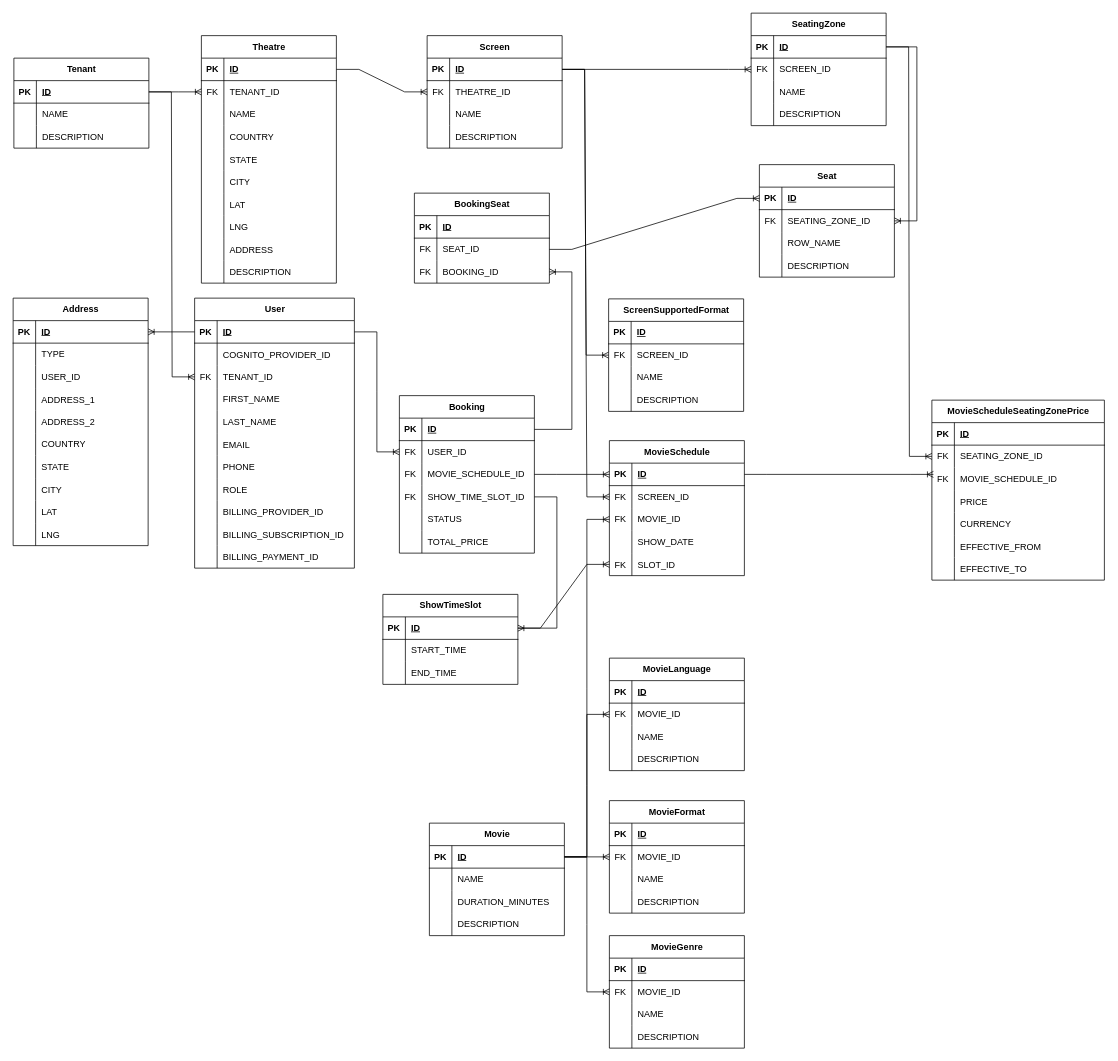
itzmedinesh/drawings keeps this draw.io diagram as Untitled Diagram.drawio. Above is the earlier version. Source tidied: cells renumbered, new cells numbered last; positions are measured from the earlier drawing's top-left corner, leaving out a move shared by most shapes. Both pictures are drawn from the tidied source at 75%, with x=0, y=0 at pixel (-54, 13).
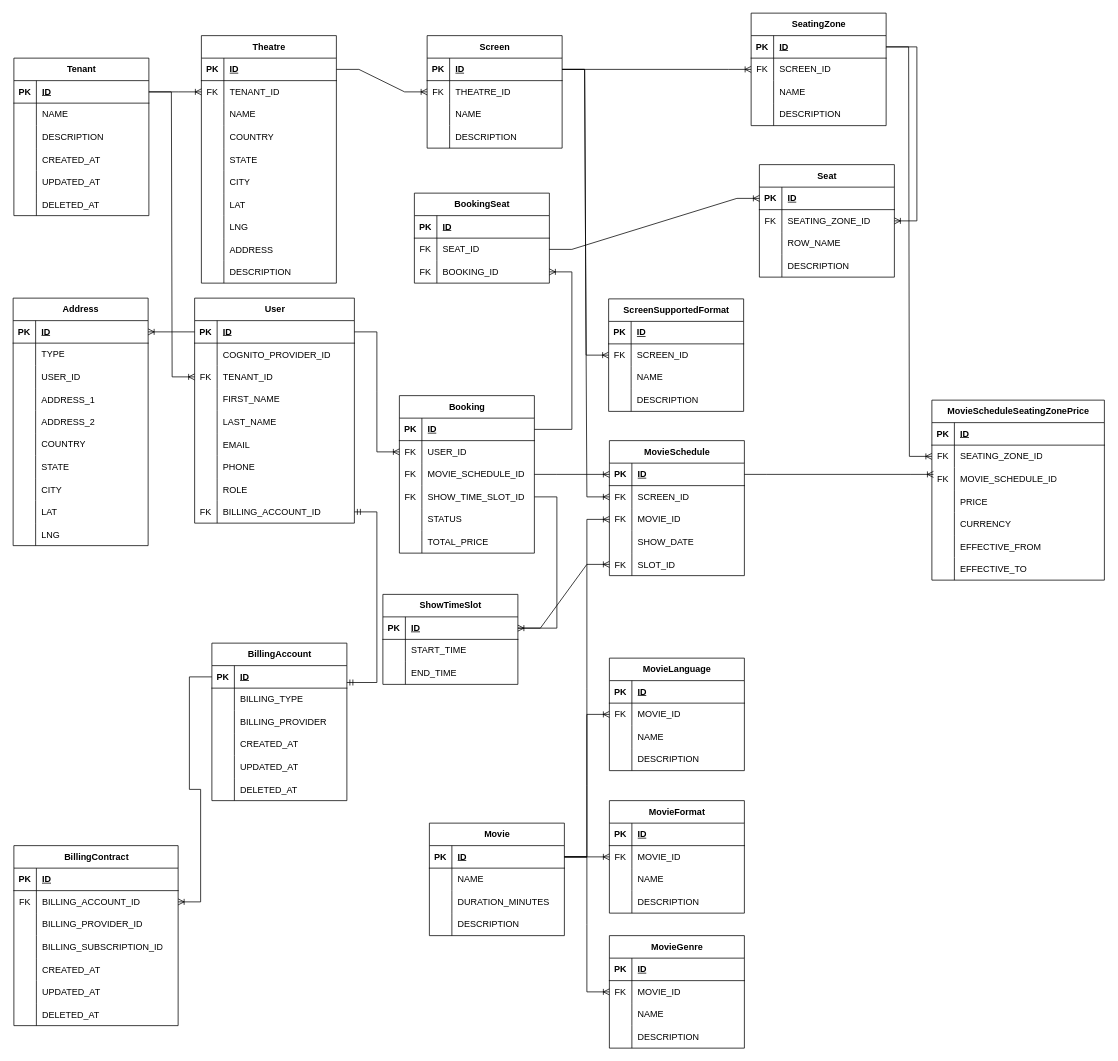
The same diagram, later.

Commit message:
Billing entities updated

The change refers to these unchanged cells:
```xml
<mxCell id="111" style="shape=tableRow;horizontal=0;startSize=0;swimlaneHead=0;swimlaneBody=0;fillColor=none;points=[[0,0.5],[1,0.5]];portConstraint=eastwest;top=0;left=0;right=0;bottom=0;" parent="86" vertex="1">
  <mxGeometry y="270" width="213" height="30" as="geometry" />
</mxCell>
```

What changed in the source:
```diff
@@
     <mxCell id="2" value="Tenant" style="shape=table;startSize=30;childLayout=tableLayout;rowLines=0;fontStyle=1;align=center;html=1;" parent="1" vertex="1">
-      <mxGeometry x="90" y="60" width="180" height="120" as="geometry" />
+      <mxGeometry x="90" y="60" width="180" height="210" as="geometry" />
     </mxCell>
@@
+    <mxCell id="309" style="shape=tableRow;horizontal=0;startSize=0;swimlaneHead=0;swimlaneBody=0;fillColor=none;top=0;left=0;right=0;bottom=0;" parent="2" vertex="1">
+      <mxGeometry y="120" width="180" height="30" as="geometry" />
+    </mxCell>
+    <mxCell id="310" style="shape=partialRectangle;fillColor=none;top=0;left=0;bottom=0;right=0;overflow=hidden;" parent="309" vertex="1">
+      <mxGeometry width="30" height="30" as="geometry" />
+    </mxCell>
+    <mxCell id="311" value="CREATED_AT" style="shape=partialRectangle;fillColor=none;top=0;left=0;bottom=0;right=0;align=left;spacingLeft=6;overflow=hidden;" parent="309" vertex="1">
+      <mxGeometry x="30" width="150" height="30" as="geometry" />
+    </mxCell>
+    <mxCell id="312" style="shape=tableRow;horizontal=0;startSize=0;swimlaneHead=0;swimlaneBody=0;fillColor=none;top=0;left=0;right=0;bottom=0;" parent="2" vertex="1">
+      <mxGeometry y="150" width="180" height="30" as="geometry" />
+    </mxCell>
+    <mxCell id="313" style="shape=partialRectangle;fillColor=none;top=0;left=0;bottom=0;right=0;overflow=hidden;" parent="312" vertex="1">
+      <mxGeometry width="30" height="30" as="geometry" />
+    </mxCell>
+    <mxCell id="314" value="UPDATED_AT" style="shape=partialRectangle;fillColor=none;top=0;left=0;bottom=0;right=0;align=left;spacingLeft=6;overflow=hidden;" parent="312" vertex="1">
+      <mxGeometry x="30" width="150" height="30" as="geometry" />
+    </mxCell>
+    <mxCell id="315" style="shape=tableRow;horizontal=0;startSize=0;swimlaneHead=0;swimlaneBody=0;fillColor=none;top=0;left=0;right=0;bottom=0;" parent="2" vertex="1">
+      <mxGeometry y="180" width="180" height="30" as="geometry" />
+    </mxCell>
+    <mxCell id="316" style="shape=partialRectangle;fillColor=none;top=0;left=0;bottom=0;right=0;overflow=hidden;" parent="315" vertex="1">
+      <mxGeometry width="30" height="30" as="geometry" />
+    </mxCell>
+    <mxCell id="317" value="DELETED_AT" style="shape=partialRectangle;fillColor=none;top=0;left=0;bottom=0;right=0;align=left;spacingLeft=6;overflow=hidden;" parent="315" vertex="1">
+      <mxGeometry x="30" width="150" height="30" as="geometry" />
+    </mxCell>
@@
     <mxCell id="86" value="User" style="shape=table;startSize=30;childLayout=tableLayout;rowLines=0;fontStyle=1;align=center;html=1;" parent="1" vertex="1">
-      <mxGeometry x="331" y="380" width="213" height="360" as="geometry" />
+      <mxGeometry x="331" y="380" width="213" height="300" as="geometry" />
     </mxCell>
@@
-    <mxCell id="112" style="shape=partialRectangle;fillColor=none;top=0;left=0;bottom=0;right=0;overflow=hidden;" parent="111" vertex="1">
+    <mxCell id="112" value="FK" style="shape=partialRectangle;fillColor=none;top=0;left=0;bottom=0;right=0;overflow=hidden;" parent="111" vertex="1">
       <mxGeometry width="30" height="30" as="geometry" />
     </mxCell>
-    <mxCell id="113" value="BILLING_PROVIDER_ID" style="shape=partialRectangle;fillColor=none;top=0;left=0;bottom=0;right=0;align=left;spacingLeft=6;overflow=hidden;" parent="111" vertex="1">
+    <mxCell id="113" value="BILLING_ACCOUNT_ID" style="shape=partialRectangle;fillColor=none;top=0;left=0;bottom=0;right=0;align=left;spacingLeft=6;overflow=hidden;" parent="111" vertex="1">
       <mxGeometry x="30" width="183" height="30" as="geometry" />
     </mxCell>
-    <mxCell id="114" style="shape=tableRow;horizontal=0;startSize=0;swimlaneHead=0;swimlaneBody=0;fillColor=none;top=0;left=0;right=0;bottom=0;" parent="86" vertex="1">
-      <mxGeometry y="300" width="213" height="30" as="geometry" />
-    </mxCell>
-    <mxCell id="115" style="shape=partialRectangle;fillColor=none;top=0;left=0;bottom=0;right=0;overflow=hidden;" parent="114" vertex="1">
-      <mxGeometry width="30" height="30" as="geometry" />
-    </mxCell>
-    <mxCell id="116" value="BILLING_SUBSCRIPTION_ID" style="shape=partialRectangle;fillColor=none;top=0;left=0;bottom=0;right=0;align=left;spacingLeft=6;overflow=hidden;" parent="114" vertex="1">
-      <mxGeometry x="30" width="183" height="30" as="geometry" />
-    </mxCell>
-    <mxCell id="117" style="shape=tableRow;horizontal=0;startSize=0;swimlaneHead=0;swimlaneBody=0;fillColor=none;top=0;left=0;right=0;bottom=0;" parent="86" vertex="1">
-      <mxGeometry y="330" width="213" height="30" as="geometry" />
-    </mxCell>
-    <mxCell id="118" style="shape=partialRectangle;fillColor=none;top=0;left=0;bottom=0;right=0;overflow=hidden;" parent="117" vertex="1">
-      <mxGeometry width="30" height="30" as="geometry" />
-    </mxCell>
-    <mxCell id="119" value="BILLING_PAYMENT_ID" style="shape=partialRectangle;fillColor=none;top=0;left=0;bottom=0;right=0;align=left;spacingLeft=6;overflow=hidden;" parent="117" vertex="1">
-      <mxGeometry x="30" width="183" height="30" as="geometry" />
-    </mxCell>
@@
+    <mxCell id="318" value="BillingAccount" style="shape=table;startSize=30;childLayout=tableLayout;rowLines=0;fontStyle=1;align=center;html=1;" parent="1" vertex="1">
+      <mxGeometry x="354" y="840" width="180" height="210" as="geometry" />
+    </mxCell>
+    <mxCell id="319" style="shape=tableRow;horizontal=0;startSize=0;swimlaneHead=0;swimlaneBody=0;fillColor=none;points=[[0,0.5],[1,0.5]];portConstraint=eastwest;top=0;left=0;right=0;bottom=1;" parent="318" vertex="1">
+      <mxGeometry y="30" width="180" height="30" as="geometry" />
+    </mxCell>
+    <mxCell id="320" value="PK" style="shape=partialRectangle;fillColor=none;top=0;left=0;bottom=0;right=0;fontStyle=1;overflow=hidden;whiteSpace=wrap;html=1;" parent="319" vertex="1">
+      <mxGeometry width="30" height="30" as="geometry" />
+    </mxCell>
+    <mxCell id="321" value="ID" style="shape=partialRectangle;fillColor=none;top=0;left=0;bottom=0;right=0;align=left;spacingLeft=6;fontStyle=5;overflow=hidden;whiteSpace=wrap;html=1;" parent="319" vertex="1">
+      <mxGeometry x="30" width="150" height="30" as="geometry" />
+    </mxCell>
+    <mxCell id="322" style="shape=tableRow;horizontal=0;startSize=0;swimlaneHead=0;swimlaneBody=0;fillColor=none;top=0;left=0;right=0;bottom=0;" parent="318" vertex="1">
+      <mxGeometry y="60" width="180" height="30" as="geometry" />
+    </mxCell>
+    <mxCell id="323" style="shape=partialRectangle;fillColor=none;top=0;left=0;bottom=0;right=0;overflow=hidden;whiteSpace=wrap;html=1;" parent="322" vertex="1">
+      <mxGeometry width="30" height="30" as="geometry" />
+    </mxCell>
+    <mxCell id="324" value="BILLING_TYPE" style="shape=partialRectangle;fillColor=none;top=0;left=0;bottom=0;right=0;align=left;spacingLeft=6;overflow=hidden;whiteSpace=wrap;html=1;" parent="322" vertex="1">
+      <mxGeometry x="30" width="150" height="30" as="geometry" />
+    </mxCell>
+    <mxCell id="325" style="shape=tableRow;horizontal=0;startSize=0;swimlaneHead=0;swimlaneBody=0;fillColor=none;top=0;left=0;right=0;bottom=0;" parent="318" vertex="1">
+      <mxGeometry y="90" width="180" height="30" as="geometry" />
+    </mxCell>
+    <mxCell id="326" style="shape=partialRectangle;fillColor=none;top=0;left=0;bottom=0;right=0;overflow=hidden;" parent="325" vertex="1">
+      <mxGeometry width="30" height="30" as="geometry" />
+    </mxCell>
+    <mxCell id="327" value="BILLING_PROVIDER" style="shape=partialRectangle;fillColor=none;top=0;left=0;bottom=0;right=0;align=left;spacingLeft=6;overflow=hidden;" parent="325" vertex="1">
+      <mxGeometry x="30" width="150" height="30" as="geometry" />
+    </mxCell>
+    <mxCell id="328" style="shape=tableRow;horizontal=0;startSize=0;swimlaneHead=0;swimlaneBody=0;fillColor=none;top=0;left=0;right=0;bottom=0;" parent="318" vertex="1">
+      <mxGeometry y="120" width="180" height="30" as="geometry" />
+    </mxCell>
+    <mxCell id="329" style="shape=partialRectangle;fillColor=none;top=0;left=0;bottom=0;right=0;overflow=hidden;whiteSpace=wrap;html=1;" parent="328" vertex="1">
+      <mxGeometry width="30" height="30" as="geometry" />
+    </mxCell>
+    <mxCell id="330" value="CREATED_AT" style="shape=partialRectangle;fillColor=none;top=0;left=0;bottom=0;right=0;align=left;spacingLeft=6;overflow=hidden;whiteSpace=wrap;html=1;" parent="328" vertex="1">
+      <mxGeometry x="30" width="150" height="30" as="geometry" />
+    </mxCell>
+    <mxCell id="331" style="shape=tableRow;horizontal=0;startSize=0;swimlaneHead=0;swimlaneBody=0;fillColor=none;top=0;left=0;right=0;bottom=0;" parent="318" vertex="1">
+      <mxGeometry y="150" width="180" height="30" as="geometry" />
+    </mxCell>
+    <mxCell id="332" style="shape=partialRectangle;fillColor=none;top=0;left=0;bottom=0;right=0;overflow=hidden;whiteSpace=wrap;html=1;" parent="331" vertex="1">
+      <mxGeometry width="30" height="30" as="geometry" />
+    </mxCell>
+    <mxCell id="333" value="UPDATED_AT" style="shape=partialRectangle;fillColor=none;top=0;left=0;bottom=0;right=0;align=left;spacingLeft=6;overflow=hidden;whiteSpace=wrap;html=1;" parent="331" vertex="1">
+      <mxGeometry x="30" width="150" height="30" as="geometry" />
+    </mxCell>
+    <mxCell id="334" style="shape=tableRow;horizontal=0;startSize=0;swimlaneHead=0;swimlaneBody=0;fillColor=none;top=0;left=0;right=0;bottom=0;" parent="318" vertex="1">
+      <mxGeometry y="180" width="180" height="30" as="geometry" />
+    </mxCell>
+    <mxCell id="335" style="shape=partialRectangle;fillColor=none;top=0;left=0;bottom=0;right=0;overflow=hidden;" parent="334" vertex="1">
+      <mxGeometry width="30" height="30" as="geometry" />
+    </mxCell>
+    <mxCell id="336" value="DELETED_AT" style="shape=partialRectangle;fillColor=none;top=0;left=0;bottom=0;right=0;align=left;spacingLeft=6;overflow=hidden;" parent="334" vertex="1">
+      <mxGeometry x="30" width="150" height="30" as="geometry" />
+    </mxCell>
+    <mxCell id="337" style="edgeStyle=entityRelationEdgeStyle;fontSize=12;html=1;endArrow=ERmandOne;startArrow=ERmandOne;rounded=0;exitX=1;exitY=0.25;exitDx=0;exitDy=0;" parent="1" edge="1" source="318" target="111">
+      <mxGeometry relative="1" as="geometry" />
+    </mxCell>
+    <mxCell id="338" value="BillingContract" style="shape=table;startSize=30;childLayout=tableLayout;rowLines=0;fontStyle=1;align=center;html=1;" parent="1" vertex="1">
+      <mxGeometry x="90" y="1110" width="219" height="240" as="geometry" />
+    </mxCell>
+    <mxCell id="339" style="shape=tableRow;horizontal=0;startSize=0;swimlaneHead=0;swimlaneBody=0;fillColor=none;top=0;left=0;right=0;bottom=1;" parent="338" vertex="1">
+      <mxGeometry y="30" width="219" height="30" as="geometry" />
+    </mxCell>
+    <mxCell id="340" value="PK" style="shape=partialRectangle;fillColor=none;top=0;left=0;bottom=0;right=0;fontStyle=1;overflow=hidden;whiteSpace=wrap;html=1;" parent="339" vertex="1">
+      <mxGeometry width="30" height="30" as="geometry" />
+    </mxCell>
+    <mxCell id="341" value="ID" style="shape=partialRectangle;fillColor=none;top=0;left=0;bottom=0;right=0;align=left;spacingLeft=6;fontStyle=5;overflow=hidden;whiteSpace=wrap;html=1;" parent="339" vertex="1">
+      <mxGeometry x="30" width="189" height="30" as="geometry" />
+    </mxCell>
+    <mxCell id="342" style="shape=tableRow;horizontal=0;startSize=0;swimlaneHead=0;swimlaneBody=0;fillColor=none;points=[[0,0.5],[1,0.5]];portConstraint=eastwest;top=0;left=0;right=0;bottom=0;" parent="338" vertex="1">
+      <mxGeometry y="60" width="219" height="30" as="geometry" />
+    </mxCell>
+    <mxCell id="343" value="FK" style="shape=partialRectangle;fillColor=none;top=0;left=0;bottom=0;right=0;overflow=hidden;whiteSpace=wrap;html=1;" parent="342" vertex="1">
+      <mxGeometry width="30" height="30" as="geometry" />
+    </mxCell>
+    <mxCell id="344" value="BILLING_ACCOUNT_ID" style="shape=partialRectangle;fillColor=none;top=0;left=0;bottom=0;right=0;align=left;spacingLeft=6;overflow=hidden;whiteSpace=wrap;html=1;" parent="342" vertex="1">
+      <mxGeometry x="30" width="189" height="30" as="geometry" />
+    </mxCell>
+    <mxCell id="345" style="shape=tableRow;horizontal=0;startSize=0;swimlaneHead=0;swimlaneBody=0;fillColor=none;top=0;left=0;right=0;bottom=0;" parent="338" vertex="1">
+      <mxGeometry y="90" width="219" height="30" as="geometry" />
+    </mxCell>
+    <mxCell id="346" style="shape=partialRectangle;fillColor=none;top=0;left=0;bottom=0;right=0;overflow=hidden;whiteSpace=wrap;html=1;" parent="345" vertex="1">
+      <mxGeometry width="30" height="30" as="geometry" />
+    </mxCell>
+    <mxCell id="347" value="BILLING_PROVIDER_ID" style="shape=partialRectangle;fillColor=none;top=0;left=0;bottom=0;right=0;align=left;spacingLeft=6;overflow=hidden;whiteSpace=wrap;html=1;" parent="345" vertex="1">
+      <mxGeometry x="30" width="189" height="30" as="geometry" />
+    </mxCell>
+    <mxCell id="348" style="shape=tableRow;horizontal=0;startSize=0;swimlaneHead=0;swimlaneBody=0;fillColor=none;top=0;left=0;right=0;bottom=0;" parent="338" vertex="1">
+      <mxGeometry y="120" width="219" height="30" as="geometry" />
+    </mxCell>
+    <mxCell id="349" style="shape=partialRectangle;fillColor=none;top=0;left=0;bottom=0;right=0;overflow=hidden;whiteSpace=wrap;html=1;" parent="348" vertex="1">
+      <mxGeometry width="30" height="30" as="geometry" />
+    </mxCell>
+    <mxCell id="116" value="BILLING_SUBSCRIPTION_ID" style="shape=partialRectangle;fillColor=none;top=0;left=0;bottom=0;right=0;align=left;spacingLeft=6;overflow=hidden;whiteSpace=wrap;html=1;" parent="348" vertex="1">
+      <mxGeometry x="30" width="189" height="30" as="geometry" />
+    </mxCell>
+    <mxCell id="350" style="shape=tableRow;horizontal=0;startSize=0;swimlaneHead=0;swimlaneBody=0;fillColor=none;top=0;left=0;right=0;bottom=0;" parent="338" vertex="1">
+      <mxGeometry y="150" width="219" height="30" as="geometry" />
+    </mxCell>
+    <mxCell id="351" style="shape=partialRectangle;fillColor=none;top=0;left=0;bottom=0;right=0;overflow=hidden;" parent="350" vertex="1">
+      <mxGeometry width="30" height="30" as="geometry" />
+    </mxCell>
+    <mxCell id="352" value="CREATED_AT" style="shape=partialRectangle;fillColor=none;top=0;left=0;bottom=0;right=0;align=left;spacingLeft=6;overflow=hidden;" parent="350" vertex="1">
+      <mxGeometry x="30" width="189" height="30" as="geometry" />
+    </mxCell>
+    <mxCell id="353" style="shape=tableRow;horizontal=0;startSize=0;swimlaneHead=0;swimlaneBody=0;fillColor=none;top=0;left=0;right=0;bottom=0;" parent="338" vertex="1">
+      <mxGeometry y="180" width="219" height="30" as="geometry" />
+    </mxCell>
+    <mxCell id="354" style="shape=partialRectangle;fillColor=none;top=0;left=0;bottom=0;right=0;overflow=hidden;" parent="353" vertex="1">
+      <mxGeometry width="30" height="30" as="geometry" />
+    </mxCell>
+    <mxCell id="355" value="UPDATED_AT" style="shape=partialRectangle;fillColor=none;top=0;left=0;bottom=0;right=0;align=left;spacingLeft=6;overflow=hidden;" parent="353" vertex="1">
+      <mxGeometry x="30" width="189" height="30" as="geometry" />
+    </mxCell>
+    <mxCell id="356" style="shape=tableRow;horizontal=0;startSize=0;swimlaneHead=0;swimlaneBody=0;fillColor=none;top=0;left=0;right=0;bottom=0;" parent="338" vertex="1">
+      <mxGeometry y="210" width="219" height="30" as="geometry" />
+    </mxCell>
+    <mxCell id="357" style="shape=partialRectangle;fillColor=none;top=0;left=0;bottom=0;right=0;overflow=hidden;" parent="356" vertex="1">
+      <mxGeometry width="30" height="30" as="geometry" />
+    </mxCell>
+    <mxCell id="358" value="DELETED_AT" style="shape=partialRectangle;fillColor=none;top=0;left=0;bottom=0;right=0;align=left;spacingLeft=6;overflow=hidden;" parent="356" vertex="1">
+      <mxGeometry x="30" width="189" height="30" as="geometry" />
+    </mxCell>
+    <mxCell id="359" style="edgeStyle=entityRelationEdgeStyle;fontSize=12;html=1;endArrow=ERoneToMany;rounded=0;entryX=1;entryY=0.5;entryDx=0;entryDy=0;exitX=0;exitY=0.5;exitDx=0;exitDy=0;" parent="1" edge="1" source="319" target="342">
+      <mxGeometry relative="1" as="geometry" />
+    </mxCell>
```
